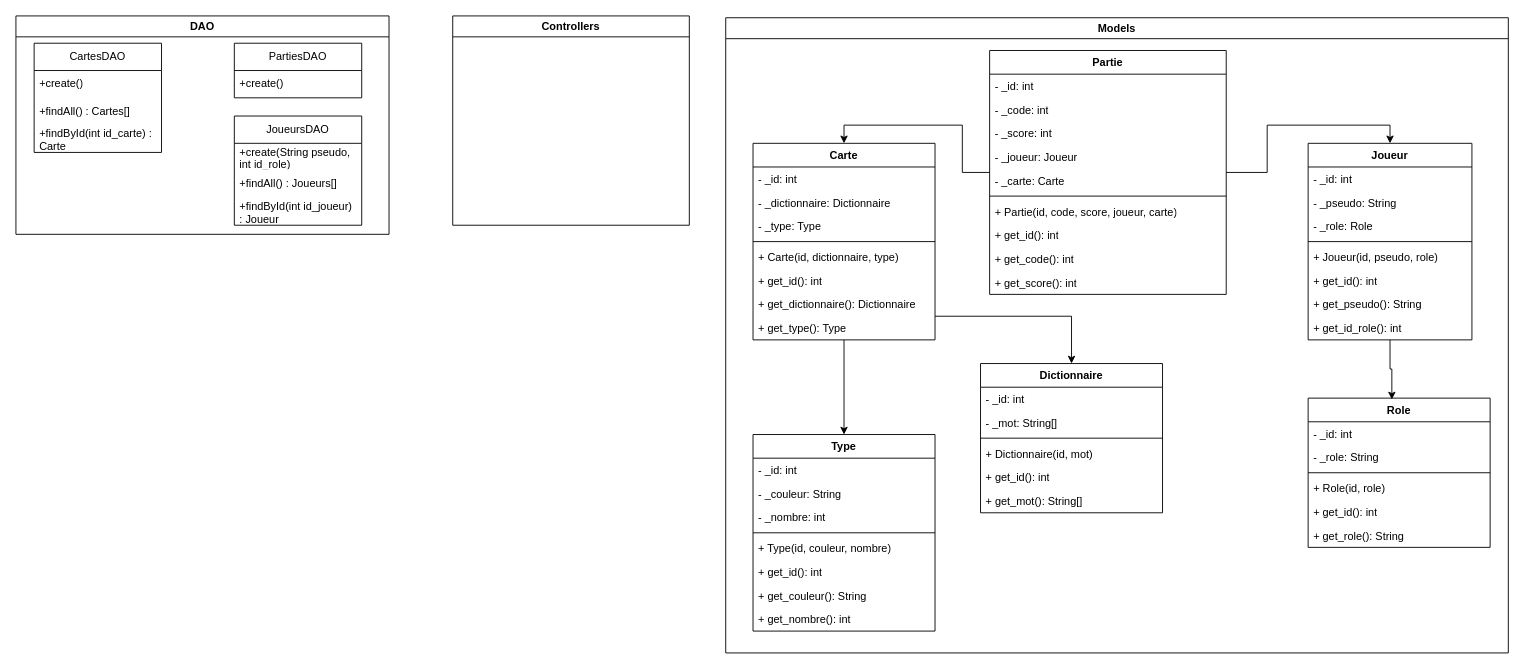
Earlier version of the draw.io diagram UML.drawio (Lxmonexe/PolyNames). Source tidied: cells renumbered, new cells numbered last; positions are measured from the earlier drawing's top-left corner, leaving out a move shared by most shapes. Both pictures are drawn from the tidied source at 91%, with x=0, y=0 at pixel (15, 15).
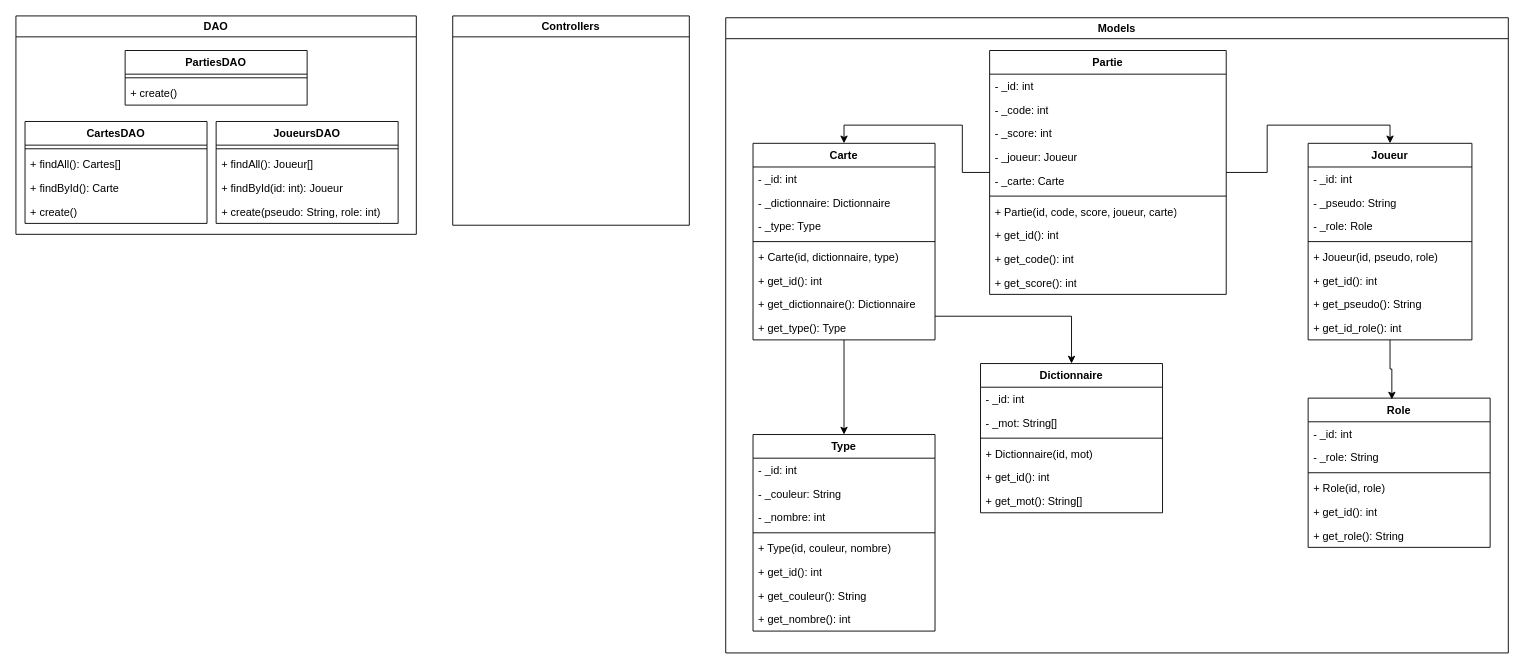
Above is the later version.

The edit, as a diff of the source:
```diff
@@
+    <mxCell id="8" value="DAO" style="swimlane;whiteSpace=wrap;html=1;" parent="1" vertex="1">
+      <mxGeometry width="440" height="240" as="geometry" />
+    </mxCell>
+    <mxCell id="6" value="&lt;div&gt;PartiesDAO&lt;/div&gt;" style="swimlane;fontStyle=1;align=center;verticalAlign=top;horizontal=1;startSize=26;whiteSpace=wrap;html=1;" parent="8" vertex="1">
+      <mxGeometry x="120" y="38" width="200" height="60" as="geometry" />
+    </mxCell>
+    <mxCell id="72" style="line;strokeWidth=1;fillColor=none;align=left;verticalAlign=middle;spacingTop=-1;spacingLeft=3;spacingRight=3;labelPosition=right;strokeColor=inherit;" parent="6" vertex="1">
+      <mxGeometry y="26" width="200" height="8" as="geometry" />
+    </mxCell>
+    <mxCell id="73" value="+ create()" style="text;strokeColor=none;fillColor=none;align=left;verticalAlign=top;spacingLeft=4;spacingRight=4;overflow=hidden;whiteSpace=wrap;html=1;" parent="6" vertex="1">
+      <mxGeometry y="34" width="200" height="26" as="geometry" />
+    </mxCell>
-    <mxCell id="2" value="CartesDAO" style="swimlane;fontStyle=0;horizontal=1;startSize=30;whiteSpace=wrap;html=1;" parent="1" vertex="1">
-      <mxGeometry x="20" y="30" width="140" height="120" as="geometry" />
+    <mxCell id="2" value="&lt;div&gt;CartesDAO&lt;/div&gt;" style="swimlane;fontStyle=1;align=center;verticalAlign=top;horizontal=1;startSize=26;whiteSpace=wrap;html=1;" parent="8" vertex="1">
+      <mxGeometry x="10" y="116" width="200" height="112" as="geometry" />
     </mxCell>
-    <mxCell id="3" value="+create()" style="text;strokeColor=none;fillColor=none;align=left;verticalAlign=middle;spacingLeft=4;spacingRight=4;overflow=hidden;whiteSpace=wrap;html=1;" parent="2" vertex="1">
-      <mxGeometry y="30" width="140" height="30" as="geometry" />
-    </mxCell>
-    <mxCell id="4" value="+findAll() : Cartes[]" style="text;strokeColor=none;fillColor=none;align=left;verticalAlign=middle;spacingLeft=4;spacingRight=4;overflow=hidden;whiteSpace=wrap;html=1;" parent="2" vertex="1">
-      <mxGeometry y="60" width="140" height="30" as="geometry" />
-    </mxCell>
-    <mxCell id="5" value="+findById(int id_carte) : Carte" style="text;strokeColor=none;fillColor=none;align=left;verticalAlign=middle;spacingLeft=4;spacingRight=4;overflow=hidden;whiteSpace=wrap;html=1;" parent="2" vertex="1">
-      <mxGeometry y="90" width="140" height="30" as="geometry" />
-    </mxCell>
-    <mxCell id="6" value="PartiesDAO" style="swimlane;fontStyle=0;horizontal=1;startSize=30;whiteSpace=wrap;html=1;" parent="1" vertex="1">
-      <mxGeometry x="240" y="30" width="140" height="60" as="geometry" />
-    </mxCell>
-    <mxCell id="7" value="+create()" style="text;strokeColor=none;fillColor=none;align=left;verticalAlign=middle;spacingLeft=4;spacingRight=4;overflow=hidden;whiteSpace=wrap;html=1;" parent="6" vertex="1">
-      <mxGeometry y="30" width="140" height="30" as="geometry" />
-    </mxCell>
-    <mxCell id="8" value="DAO" style="swimlane;whiteSpace=wrap;html=1;" parent="1" vertex="1">
-      <mxGeometry width="410" height="240" as="geometry" />
-    </mxCell>
+    <mxCell id="74" style="line;strokeWidth=1;fillColor=none;align=left;verticalAlign=middle;spacingTop=-1;spacingLeft=3;spacingRight=3;labelPosition=right;strokeColor=inherit;" parent="2" vertex="1">
+      <mxGeometry y="26" width="200" height="8" as="geometry" />
+    </mxCell>
+    <mxCell id="75" value="+ findAll(): Cartes[]" style="text;strokeColor=none;fillColor=none;align=left;verticalAlign=top;spacingLeft=4;spacingRight=4;overflow=hidden;whiteSpace=wrap;html=1;" parent="2" vertex="1">
+      <mxGeometry y="34" width="200" height="26" as="geometry" />
+    </mxCell>
+    <mxCell id="76" value="+ findById(): Carte" style="text;strokeColor=none;fillColor=none;align=left;verticalAlign=top;spacingLeft=4;spacingRight=4;overflow=hidden;whiteSpace=wrap;html=1;" parent="2" vertex="1">
+      <mxGeometry y="60" width="200" height="26" as="geometry" />
+    </mxCell>
+    <mxCell id="77" value="+ create()" style="text;strokeColor=none;fillColor=none;align=left;verticalAlign=top;spacingLeft=4;spacingRight=4;overflow=hidden;whiteSpace=wrap;html=1;" parent="2" vertex="1">
+      <mxGeometry y="86" width="200" height="26" as="geometry" />
+    </mxCell>
-    <mxCell id="9" value="JoueursDAO" style="swimlane;fontStyle=0;horizontal=1;startSize=30;whiteSpace=wrap;html=1;" parent="8" vertex="1">
-      <mxGeometry x="240" y="110" width="140" height="120" as="geometry" />
+    <mxCell id="9" value="&lt;div&gt;JoueursDAO&lt;/div&gt;" style="swimlane;fontStyle=1;align=center;verticalAlign=top;horizontal=1;startSize=26;whiteSpace=wrap;html=1;" parent="8" vertex="1">
+      <mxGeometry x="220" y="116" width="200" height="112" as="geometry" />
     </mxCell>
-    <mxCell id="10" value="+create(String pseudo, int id_role)" style="text;strokeColor=none;fillColor=none;align=left;verticalAlign=middle;spacingLeft=4;spacingRight=4;overflow=hidden;whiteSpace=wrap;html=1;" parent="9" vertex="1">
-      <mxGeometry y="30" width="140" height="30" as="geometry" />
-    </mxCell>
-    <mxCell id="11" value="+findAll() : Joueurs[]" style="text;strokeColor=none;fillColor=none;align=left;verticalAlign=middle;spacingLeft=4;spacingRight=4;overflow=hidden;whiteSpace=wrap;html=1;" parent="9" vertex="1">
-      <mxGeometry y="60" width="140" height="30" as="geometry" />
-    </mxCell>
-    <mxCell id="12" value="+findById(int id_joueur) : Joueur" style="text;strokeColor=none;fillColor=none;align=left;verticalAlign=middle;spacingLeft=4;spacingRight=4;overflow=hidden;whiteSpace=wrap;html=1;" parent="9" vertex="1">
-      <mxGeometry y="90" width="140" height="30" as="geometry" />
-    </mxCell>
+    <mxCell id="78" style="line;strokeWidth=1;fillColor=none;align=left;verticalAlign=middle;spacingTop=-1;spacingLeft=3;spacingRight=3;labelPosition=right;strokeColor=inherit;" parent="9" vertex="1">
+      <mxGeometry y="26" width="200" height="8" as="geometry" />
+    </mxCell>
+    <mxCell id="79" value="+ findAll(): Joueur[]" style="text;strokeColor=none;fillColor=none;align=left;verticalAlign=top;spacingLeft=4;spacingRight=4;overflow=hidden;whiteSpace=wrap;html=1;" parent="9" vertex="1">
+      <mxGeometry y="34" width="200" height="26" as="geometry" />
+    </mxCell>
+    <mxCell id="80" value="+ findById(id: int): Joueur" style="text;strokeColor=none;fillColor=none;align=left;verticalAlign=top;spacingLeft=4;spacingRight=4;overflow=hidden;whiteSpace=wrap;html=1;" parent="9" vertex="1">
+      <mxGeometry y="60" width="200" height="26" as="geometry" />
+    </mxCell>
+    <mxCell id="81" value="+ create(pseudo: String, role: int)" style="text;strokeColor=none;fillColor=none;align=left;verticalAlign=top;spacingLeft=4;spacingRight=4;overflow=hidden;whiteSpace=wrap;html=1;" parent="9" vertex="1">
+      <mxGeometry y="86" width="200" height="26" as="geometry" />
+    </mxCell>
```
